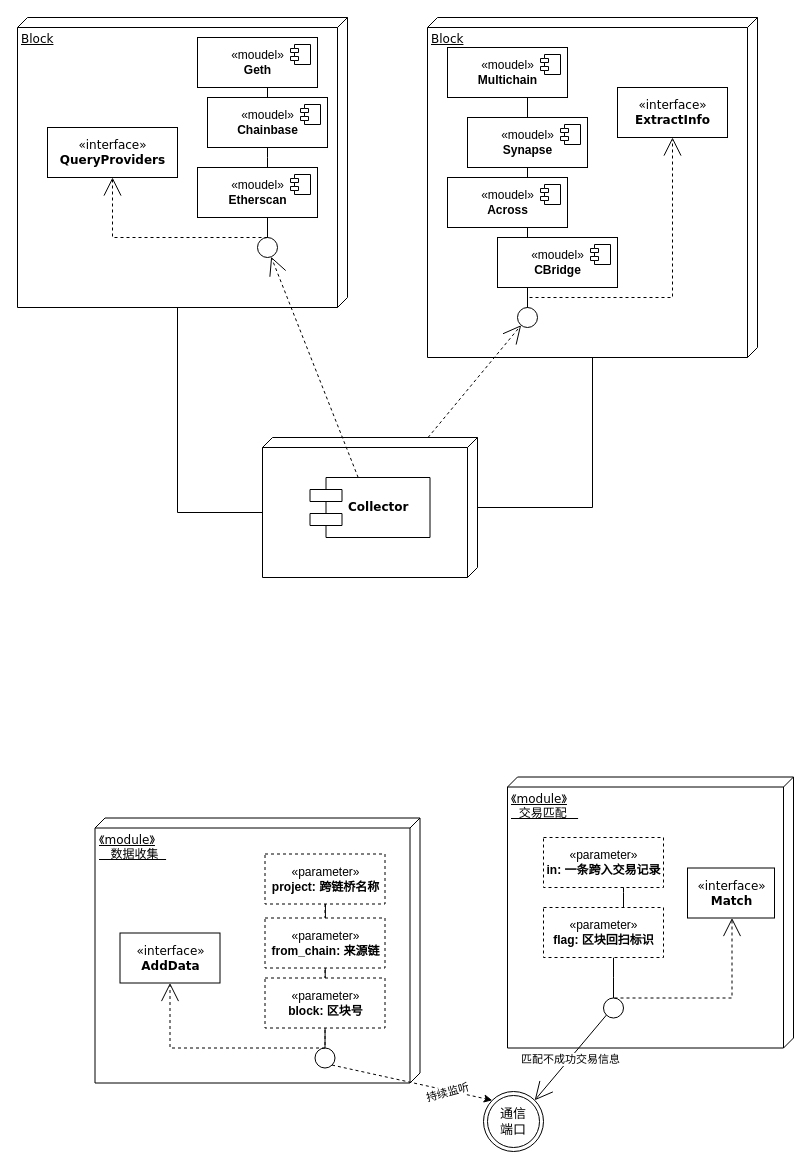
Earlier version of the draw.io diagram page "交易匹配详细设计" (1 of 5) of 模块.drawio (newTechToX/cross_chain). Source tidied: cells renumbered, new cells numbered last; positions are measured from the earlier drawing's top-left corner, leaving out a move shared by most shapes. Both pictures are drawn from the tidied source at 100%, with x=0, y=0 at pixel (17, 17).
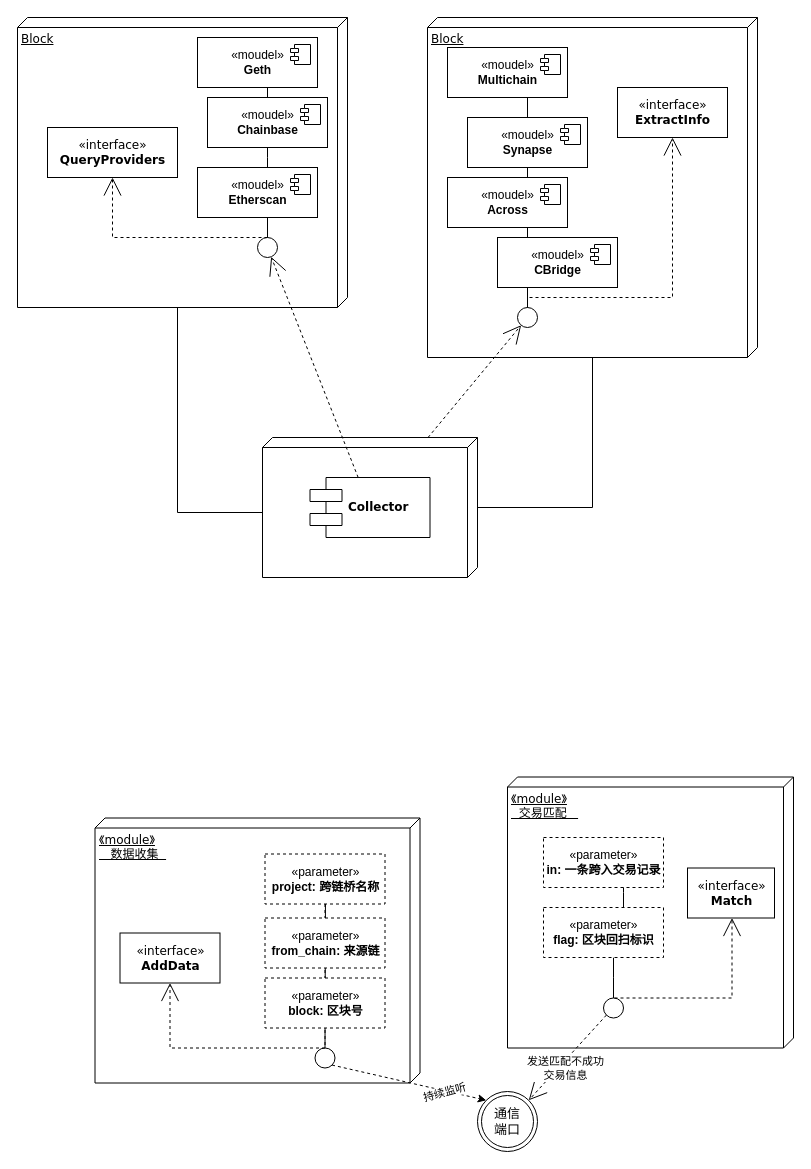
The same page after the edit.

The change refers to these unchanged cells:
```xml
<mxCell id="39" style="ellipse;whiteSpace=wrap;html=1;rounded=0;shadow=0;comic=0;labelBackgroundColor=none;strokeWidth=1;fontFamily=Verdana;fontSize=12;align=center;" parent="1" vertex="1">
  <mxGeometry x="586" y="980.5" width="20" height="20" as="geometry" />
</mxCell>
```

The edit, as a diff of the source:
```diff
@@
-    <mxCell id="40" style="edgeStyle=none;rounded=0;html=1;labelBackgroundColor=none;startArrow=none;startFill=0;startSize=8;endArrow=open;endFill=0;endSize=16;fontFamily=Verdana;fontSize=12;entryX=1;entryY=0;entryDx=0;entryDy=0;exitX=0;exitY=1;exitDx=0;exitDy=0;" parent="1" edge="1" source="39" target="52">
+    <mxCell id="40" style="edgeStyle=none;rounded=0;html=1;labelBackgroundColor=none;startArrow=none;startFill=0;startSize=8;endArrow=open;endFill=0;endSize=16;fontFamily=Verdana;fontSize=12;entryX=1;entryY=0;entryDx=0;entryDy=0;exitX=0;exitY=1;exitDx=0;exitDy=0;dashed=1;" parent="1" edge="1" source="39" target="52">
       <mxGeometry relative="1" as="geometry" />
     </mxCell>
-    <mxCell id="41" value="匹配不成功交易信息" style="edgeLabel;html=1;align=center;verticalAlign=middle;" parent="40" vertex="1">
+    <mxCell id="41" value="发送匹配不成功&lt;br&gt;交易信息" style="edgeLabel;html=1;align=center;verticalAlign=middle;" parent="40" vertex="1">
       <mxGeometry x="0.01" y="1" relative="1" as="geometry">
-        <mxPoint x="-1" as="offset" />
+        <mxPoint x="-3" y="9" as="offset" />
       </mxGeometry>
     </mxCell>
@@
     <mxCell id="52" value="&lt;font style=&quot;font-size: 13px;&quot;&gt;通信&lt;br&gt;端口&lt;/font&gt;" style="ellipse;shape=doubleEllipse;whiteSpace=wrap;html=1;" parent="1" vertex="1">
-      <mxGeometry x="466" y="1074" width="60" height="60" as="geometry" />
+      <mxGeometry x="460" y="1074" width="60" height="60" as="geometry" />
     </mxCell>
```
